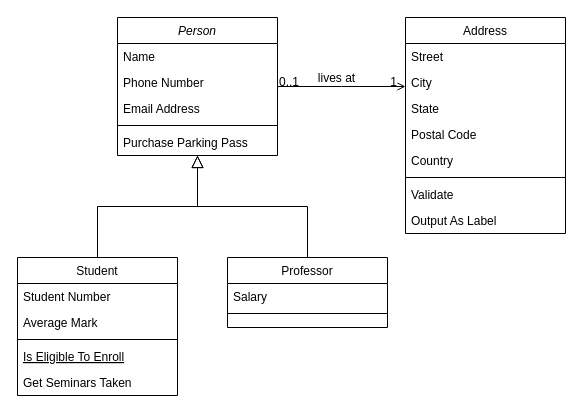
Above: Untitled Diagram.drawio in sanaaTeccart/test-2 (draw.io), before the change. Source tidied: cells renumbered, new cells numbered last; positions are measured from the earlier drawing's top-left corner, leaving out a move shared by most shapes. Both pictures are drawn from the tidied source at 100%, with x=0, y=0 at pixel (17, 17).
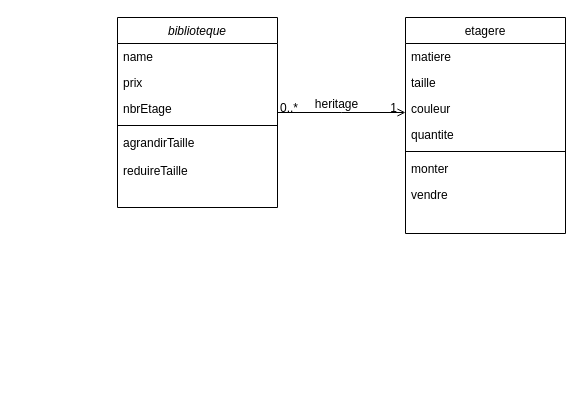
The same diagram, later.

The change refers to these unchanged cells:
```xml
<mxCell id="28" style="endArrow=open;shadow=0;strokeWidth=1;rounded=0;endFill=1;edgeStyle=elbowEdgeStyle;elbow=vertical;" parent="1" edge="1" source="2" target="19">
  <mxGeometry x="0.5" y="41" relative="1" as="geometry">
    <mxPoint x="-40" y="32" as="offset" />
  </mxGeometry>
</mxCell>
```

Change to the diagram source:
```diff
@@
-    <mxCell id="2" value="Person" style="swimlane;fontStyle=2;align=center;verticalAlign=top;horizontal=1;startSize=26;rounded=0;shadow=0;strokeWidth=1;" parent="1" vertex="1">
-      <mxGeometry x="100" width="160" height="138" as="geometry" />
+    <mxCell id="2" value="biblioteque" style="swimlane;fontStyle=2;align=center;verticalAlign=top;horizontal=1;startSize=26;rounded=0;shadow=0;strokeWidth=1;" parent="1" vertex="1">
+      <mxGeometry x="100" width="160" height="190" as="geometry" />
     </mxCell>
-    <mxCell id="3" value="Name" style="text;align=left;verticalAlign=top;spacingLeft=4;spacingRight=4;overflow=hidden;" parent="2" vertex="1">
+    <mxCell id="3" value="name" style="text;align=left;verticalAlign=top;spacingLeft=4;spacingRight=4;overflow=hidden;" parent="2" vertex="1">
       <mxGeometry y="26" width="160" height="26" as="geometry" />
     </mxCell>
-    <mxCell id="4" value="Phone Number" style="text;align=left;verticalAlign=top;spacingLeft=4;spacingRight=4;overflow=hidden;rounded=0;shadow=0;html=0;" parent="2" vertex="1">
+    <mxCell id="4" value="prix" style="text;align=left;verticalAlign=top;spacingLeft=4;spacingRight=4;overflow=hidden;rounded=0;shadow=0;html=0;" parent="2" vertex="1">
       <mxGeometry y="52" width="160" height="26" as="geometry" />
     </mxCell>
-    <mxCell id="5" value="Email Address" style="text;align=left;verticalAlign=top;spacingLeft=4;spacingRight=4;overflow=hidden;rounded=0;shadow=0;html=0;" parent="2" vertex="1">
+    <mxCell id="5" value="nbrEtage" style="text;align=left;verticalAlign=top;spacingLeft=4;spacingRight=4;overflow=hidden;rounded=0;shadow=0;html=0;" parent="2" vertex="1">
       <mxGeometry y="78" width="160" height="26" as="geometry" />
     </mxCell>
@@
-    <mxCell id="7" value="Purchase Parking Pass" style="text;align=left;verticalAlign=top;spacingLeft=4;spacingRight=4;overflow=hidden;" parent="2" vertex="1">
-      <mxGeometry y="112" width="160" height="26" as="geometry" />
+    <mxCell id="7" value="agrandirTaille&#10;&#10;reduireTaille" style="text;align=left;verticalAlign=top;spacingLeft=4;spacingRight=4;overflow=hidden;" parent="2" vertex="1">
+      <mxGeometry y="112" width="160" height="78" as="geometry" />
     </mxCell>
-    <mxCell id="8" value="Student" style="swimlane;fontStyle=0;align=center;verticalAlign=top;horizontal=1;startSize=26;rounded=0;shadow=0;strokeWidth=1;" parent="1" vertex="1">
-      <mxGeometry y="240" width="160" height="138" as="geometry" />
-    </mxCell>
-    <mxCell id="9" value="Student Number" style="text;align=left;verticalAlign=top;spacingLeft=4;spacingRight=4;overflow=hidden;" parent="8" vertex="1">
-      <mxGeometry y="26" width="160" height="26" as="geometry" />
-    </mxCell>
-    <mxCell id="10" value="Average Mark" style="text;align=left;verticalAlign=top;spacingLeft=4;spacingRight=4;overflow=hidden;rounded=0;shadow=0;html=0;" parent="8" vertex="1">
-      <mxGeometry y="52" width="160" height="26" as="geometry" />
-    </mxCell>
-    <mxCell id="11" style="line;html=1;strokeWidth=1;align=left;verticalAlign=middle;spacingTop=-1;spacingLeft=3;spacingRight=3;labelPosition=right;" parent="8" vertex="1">
-      <mxGeometry y="78" width="160" height="8" as="geometry" />
-    </mxCell>
-    <mxCell id="12" value="Is Eligible To Enroll" style="text;align=left;verticalAlign=top;spacingLeft=4;spacingRight=4;overflow=hidden;fontStyle=4;" parent="8" vertex="1">
-      <mxGeometry y="86" width="160" height="26" as="geometry" />
-    </mxCell>
-    <mxCell id="13" value="Get Seminars Taken" style="text;align=left;verticalAlign=top;spacingLeft=4;spacingRight=4;overflow=hidden;" parent="8" vertex="1">
-      <mxGeometry y="112" width="160" height="26" as="geometry" />
-    </mxCell>
-    <mxCell id="14" style="endArrow=block;endSize=10;endFill=0;shadow=0;strokeWidth=1;rounded=0;edgeStyle=elbowEdgeStyle;elbow=vertical;" parent="1" edge="1" source="8" target="2">
-      <mxGeometry relative="1" as="geometry" />
-    </mxCell>
-    <mxCell id="15" value="Professor" style="swimlane;fontStyle=0;align=center;verticalAlign=top;horizontal=1;startSize=26;rounded=0;shadow=0;strokeWidth=1;" parent="1" vertex="1">
-      <mxGeometry x="210" y="240" width="160" height="70" as="geometry" />
-    </mxCell>
-    <mxCell id="16" value="Salary" style="text;align=left;verticalAlign=top;spacingLeft=4;spacingRight=4;overflow=hidden;" parent="15" vertex="1">
-      <mxGeometry y="26" width="160" height="26" as="geometry" />
-    </mxCell>
-    <mxCell id="17" style="line;html=1;strokeWidth=1;align=left;verticalAlign=middle;spacingTop=-1;spacingLeft=3;spacingRight=3;labelPosition=right;" parent="15" vertex="1">
-      <mxGeometry y="52" width="160" height="8" as="geometry" />
-    </mxCell>
-    <mxCell id="18" style="endArrow=block;endSize=10;endFill=0;shadow=0;strokeWidth=1;rounded=0;edgeStyle=elbowEdgeStyle;elbow=vertical;" parent="1" edge="1" source="15" target="2">
-      <mxGeometry relative="1" as="geometry" />
-    </mxCell>
-    <mxCell id="19" value="Address" style="swimlane;fontStyle=0;align=center;verticalAlign=top;horizontal=1;startSize=26;rounded=0;shadow=0;strokeWidth=1;" parent="1" vertex="1">
+    <mxCell id="19" value="etagere" style="swimlane;fontStyle=0;align=center;verticalAlign=top;horizontal=1;startSize=26;rounded=0;shadow=0;strokeWidth=1;" parent="1" vertex="1">
       <mxGeometry x="388" width="160" height="216" as="geometry" />
     </mxCell>
-    <mxCell id="20" value="Street" style="text;align=left;verticalAlign=top;spacingLeft=4;spacingRight=4;overflow=hidden;" parent="19" vertex="1">
+    <mxCell id="20" value="matiere" style="text;align=left;verticalAlign=top;spacingLeft=4;spacingRight=4;overflow=hidden;" parent="19" vertex="1">
       <mxGeometry y="26" width="160" height="26" as="geometry" />
     </mxCell>
-    <mxCell id="21" value="City" style="text;align=left;verticalAlign=top;spacingLeft=4;spacingRight=4;overflow=hidden;rounded=0;shadow=0;html=0;" parent="19" vertex="1">
+    <mxCell id="21" value="taille" style="text;align=left;verticalAlign=top;spacingLeft=4;spacingRight=4;overflow=hidden;rounded=0;shadow=0;html=0;" parent="19" vertex="1">
       <mxGeometry y="52" width="160" height="26" as="geometry" />
     </mxCell>
-    <mxCell id="22" value="State" style="text;align=left;verticalAlign=top;spacingLeft=4;spacingRight=4;overflow=hidden;rounded=0;shadow=0;html=0;" parent="19" vertex="1">
+    <mxCell id="22" value="couleur" style="text;align=left;verticalAlign=top;spacingLeft=4;spacingRight=4;overflow=hidden;rounded=0;shadow=0;html=0;" parent="19" vertex="1">
       <mxGeometry y="78" width="160" height="26" as="geometry" />
     </mxCell>
-    <mxCell id="23" value="Postal Code" style="text;align=left;verticalAlign=top;spacingLeft=4;spacingRight=4;overflow=hidden;rounded=0;shadow=0;html=0;" parent="19" vertex="1">
+    <mxCell id="23" value="quantite" style="text;align=left;verticalAlign=top;spacingLeft=4;spacingRight=4;overflow=hidden;rounded=0;shadow=0;html=0;" parent="19" vertex="1">
       <mxGeometry y="104" width="160" height="26" as="geometry" />
     </mxCell>
-    <mxCell id="24" value="Country" style="text;align=left;verticalAlign=top;spacingLeft=4;spacingRight=4;overflow=hidden;rounded=0;shadow=0;html=0;" parent="19" vertex="1">
-      <mxGeometry y="130" width="160" height="26" as="geometry" />
-    </mxCell>
     <mxCell id="25" style="line;html=1;strokeWidth=1;align=left;verticalAlign=middle;spacingTop=-1;spacingLeft=3;spacingRight=3;labelPosition=right;" parent="19" vertex="1">
-      <mxGeometry y="156" width="160" height="8" as="geometry" />
+      <mxGeometry y="130" width="160" height="8" as="geometry" />
     </mxCell>
-    <mxCell id="26" value="Validate" style="text;align=left;verticalAlign=top;spacingLeft=4;spacingRight=4;overflow=hidden;" parent="19" vertex="1">
-      <mxGeometry y="164" width="160" height="26" as="geometry" />
+    <mxCell id="26" value="monter" style="text;align=left;verticalAlign=top;spacingLeft=4;spacingRight=4;overflow=hidden;" parent="19" vertex="1">
+      <mxGeometry y="138" width="160" height="26" as="geometry" />
     </mxCell>
-    <mxCell id="27" value="Output As Label" style="text;align=left;verticalAlign=top;spacingLeft=4;spacingRight=4;overflow=hidden;" parent="19" vertex="1">
-      <mxGeometry y="190" width="160" height="26" as="geometry" />
+    <mxCell id="27" value="vendre" style="text;align=left;verticalAlign=top;spacingLeft=4;spacingRight=4;overflow=hidden;" parent="19" vertex="1">
+      <mxGeometry y="164" width="160" height="26" as="geometry" />
     </mxCell>
@@
-    <mxCell id="29" value="0..1" style="align=left;verticalAlign=bottom;labelBackgroundColor=none;fontSize=12;" parent="28" vertex="1">
+    <mxCell id="29" value="0..*" style="align=left;verticalAlign=bottom;labelBackgroundColor=none;fontSize=12;" parent="28" vertex="1">
       <mxGeometry x="-1" relative="1" as="geometry">
-        <mxPoint y="4" as="offset" />
+        <mxPoint x="1" y="4" as="offset" />
       </mxGeometry>
     </mxCell>
@@
-    <mxCell id="31" value="lives at" style="text;html=1;align=center;verticalAlign=middle;labelBackgroundColor=none;rounded=0;shadow=0;strokeWidth=1;fontSize=12;" parent="28" vertex="1">
+    <mxCell id="31" value="heritage" style="text;html=1;align=center;verticalAlign=middle;labelBackgroundColor=none;rounded=0;shadow=0;strokeWidth=1;fontSize=12;" parent="28" vertex="1">
       <mxGeometry x="0.5" y="49" relative="1" as="geometry">
         <mxPoint x="-38" y="40" as="offset" />
       </mxGeometry>
     </mxCell>
```
